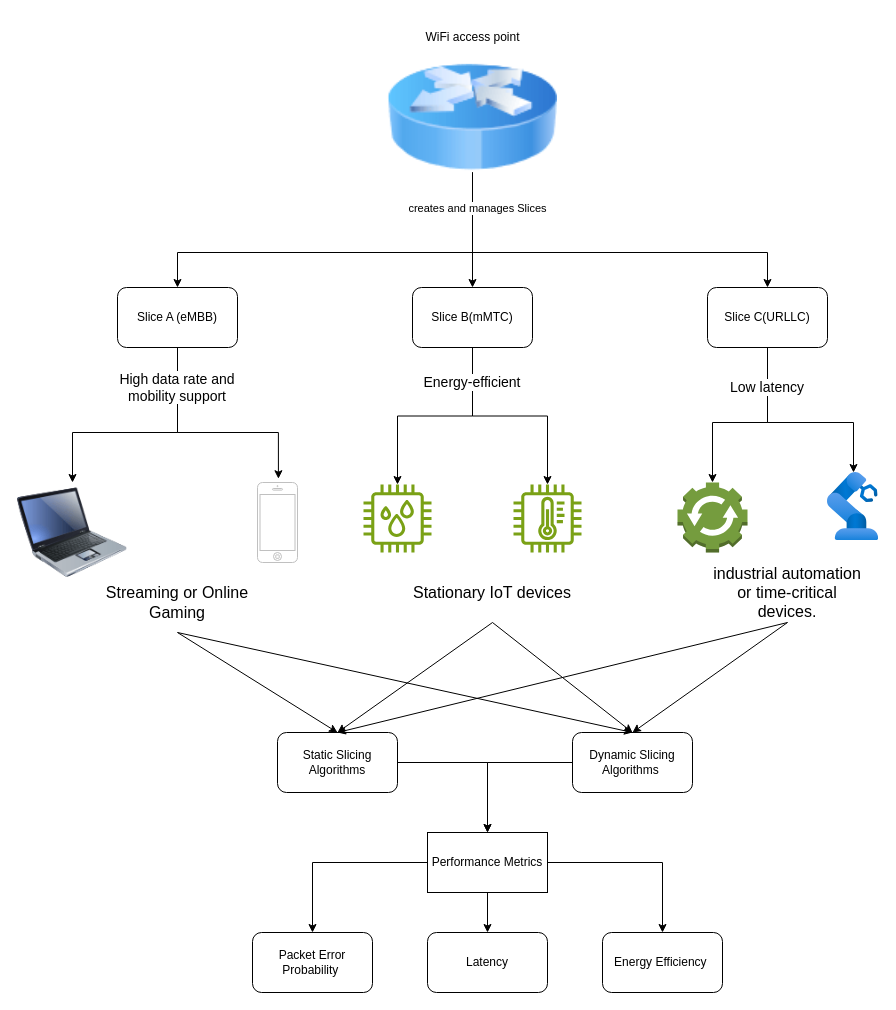
Before: Untitled Diagram.drawio in illuminatryX/5G-network-slicing, a draw.io diagram. Source tidied: cells renumbered, new cells numbered last; positions are measured from the earlier drawing's top-left corner, leaving out a move shared by most shapes. Both pictures are drawn from the tidied source at 100%, with x=0, y=0 at pixel (17, 22).
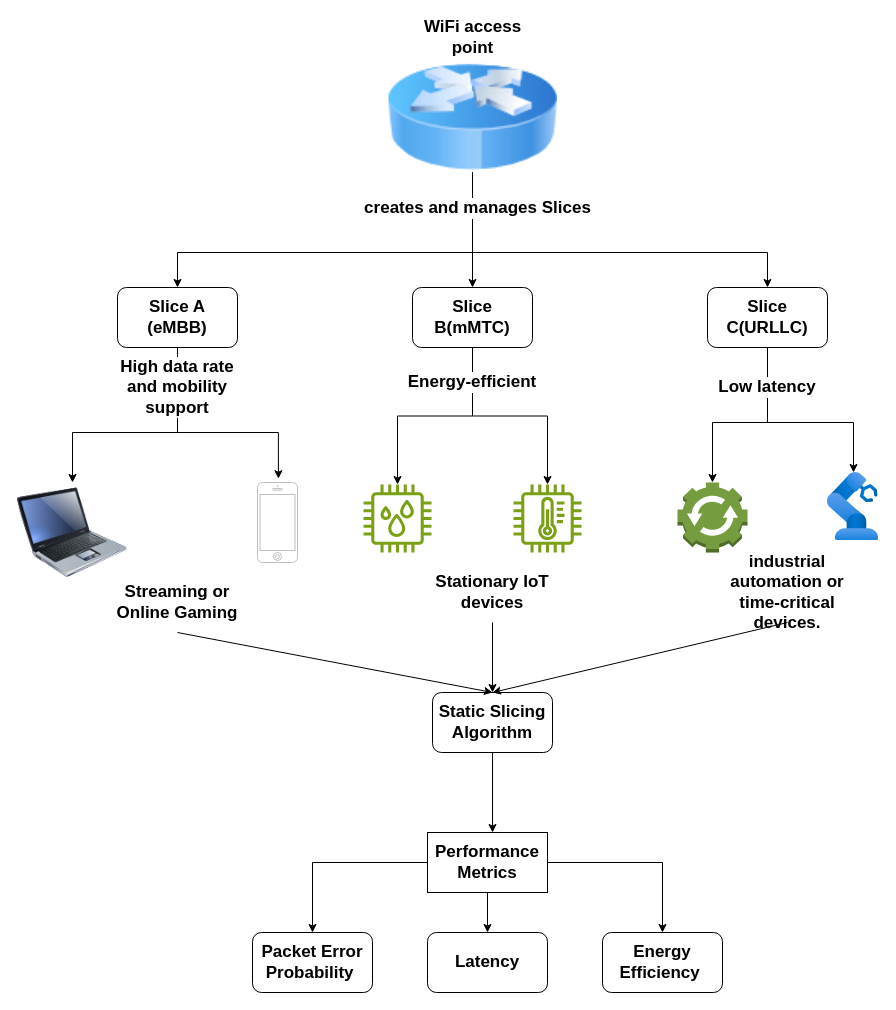
After the change.

The change refers to these unchanged cells:
```xml
<mxCell id="4" style="edgeStyle=orthogonalEdgeStyle;rounded=0;jettySize=auto;html=1;entryX=0.5;entryY=0;entryDx=0;entryDy=0;" parent="1" edge="1" source="6" target="14">
  <mxGeometry relative="1" as="geometry">
    <Array as="points">
      <mxPoint x="455" y="230" />
      <mxPoint x="750" y="230" />
    </Array>
  </mxGeometry>
</mxCell>
```

Change to the diagram source:
```diff
@@
-    <mxCell id="5" value="creates and manages Slices" style="edgeLabel;html=1;align=center;verticalAlign=middle;" parent="4" vertex="1">
+    <mxCell id="5" value="creates and manages Slices" style="edgeLabel;html=1;align=center;verticalAlign=middle;fontStyle=1;fontSize=17;" parent="4" vertex="1">
       <mxGeometry x="-0.83" y="4" relative="1" as="geometry" />
     </mxCell>
@@
-    <mxCell id="8" value="Slice A (eMBB)" style="rounded=1;whiteSpace=wrap;html=1;" parent="1" vertex="1">
+    <mxCell id="8" value="Slice A (eMBB)" style="rounded=1;whiteSpace=wrap;html=1;fontStyle=1;fontSize=17;" parent="1" vertex="1">
       <mxGeometry x="100" y="265" width="120" height="60" as="geometry" />
     </mxCell>
@@
-    <mxCell id="11" value="Slice B(mMTC)" style="rounded=1;whiteSpace=wrap;html=1;" parent="1" vertex="1">
+    <mxCell id="11" value="Slice B(mMTC)" style="rounded=1;whiteSpace=wrap;html=1;fontStyle=1;fontSize=17;" parent="1" vertex="1">
       <mxGeometry x="395" y="265" width="120" height="60" as="geometry" />
     </mxCell>
@@
-    <mxCell id="14" value="Slice C(URLLC)" style="rounded=1;whiteSpace=wrap;html=1;" parent="1" vertex="1">
+    <mxCell id="14" value="Slice C(URLLC)" style="rounded=1;whiteSpace=wrap;html=1;fontStyle=1;fontSize=17;" parent="1" vertex="1">
       <mxGeometry x="690" y="265" width="120" height="60" as="geometry" />
     </mxCell>
@@
-    <mxCell id="21" value="&lt;span style=&quot;font-size: medium;&quot;&gt;industrial automation or time-critical devices.&lt;/span&gt;" style="text;html=1;align=center;verticalAlign=middle;whiteSpace=wrap;rounded=0;" parent="1" vertex="1">
+    <mxCell id="21" value="&lt;span style=&quot;font-size: 17px;&quot;&gt;industrial automation or time-critical devices.&lt;/span&gt;" style="text;html=1;align=center;verticalAlign=middle;whiteSpace=wrap;rounded=0;fontStyle=1;fontSize=17;" parent="1" vertex="1">
       <mxGeometry x="690" y="540" width="160" height="60" as="geometry" />
     </mxCell>
-    <mxCell id="22" value="&lt;span style=&quot;font-size: medium;&quot;&gt;Stationary IoT devices&lt;/span&gt;" style="text;html=1;align=center;verticalAlign=middle;whiteSpace=wrap;rounded=0;" parent="1" vertex="1">
+    <mxCell id="22" value="&lt;span style=&quot;font-size: 17px;&quot;&gt;Stationary IoT devices&lt;/span&gt;" style="text;html=1;align=center;verticalAlign=middle;whiteSpace=wrap;rounded=0;fontStyle=1;fontSize=17;" parent="1" vertex="1">
       <mxGeometry x="395" y="540" width="160" height="60" as="geometry" />
     </mxCell>
-    <mxCell id="23" value="&lt;font size=&quot;3&quot;&gt;Streaming or Online Gaming&lt;/font&gt;" style="text;html=1;align=center;verticalAlign=middle;whiteSpace=wrap;rounded=0;" parent="1" vertex="1">
+    <mxCell id="23" value="&lt;font style=&quot;font-size: 17px;&quot;&gt;Streaming or Online Gaming&lt;/font&gt;" style="text;html=1;align=center;verticalAlign=middle;whiteSpace=wrap;rounded=0;fontStyle=1;fontSize=17;" parent="1" vertex="1">
       <mxGeometry x="80" y="550" width="160" height="60" as="geometry" />
     </mxCell>
@@
-    <mxCell id="25" value="&lt;span style=&quot;text-align: start;&quot;&gt;&lt;font style=&quot;font-size: 14px;&quot;&gt;High data rate and mobility support&lt;/font&gt;&lt;/span&gt;" style="text;html=1;align=center;verticalAlign=middle;whiteSpace=wrap;rounded=0;labelBackgroundColor=#FFFFFF;" parent="1" vertex="1">
+    <mxCell id="25" value="&lt;span style=&quot;text-align: start; font-size: 17px;&quot;&gt;&lt;font style=&quot;font-size: 17px;&quot;&gt;High data rate and mobility support&lt;/font&gt;&lt;/span&gt;" style="text;html=1;align=center;verticalAlign=middle;whiteSpace=wrap;rounded=0;labelBackgroundColor=#FFFFFF;fontStyle=1;fontSize=17;" parent="1" vertex="1">
       <mxGeometry x="85" y="350" width="150" height="30" as="geometry" />
     </mxCell>
-    <mxCell id="26" value="&lt;span style=&quot;text-align: start;&quot;&gt;&lt;font style=&quot;font-size: 14px;&quot;&gt;Energy-efficient&lt;/font&gt;&lt;/span&gt;" style="text;html=1;align=center;verticalAlign=middle;whiteSpace=wrap;rounded=0;labelBackgroundColor=#FFFFFF;" parent="1" vertex="1">
+    <mxCell id="26" value="&lt;span style=&quot;text-align: start; font-size: 17px;&quot;&gt;&lt;font style=&quot;font-size: 17px;&quot;&gt;Energy-efficient&lt;/font&gt;&lt;/span&gt;" style="text;html=1;align=center;verticalAlign=middle;whiteSpace=wrap;rounded=0;labelBackgroundColor=#FFFFFF;fontStyle=1;fontSize=17;" parent="1" vertex="1">
       <mxGeometry x="380" y="350" width="150" height="20" as="geometry" />
     </mxCell>
-    <mxCell id="27" value="&lt;span style=&quot;text-align: start;&quot;&gt;&lt;font style=&quot;font-size: 14px;&quot;&gt;Low latency&lt;/font&gt;&lt;/span&gt;" style="text;html=1;align=center;verticalAlign=middle;whiteSpace=wrap;rounded=0;labelBackgroundColor=#FFFFFF;" parent="1" vertex="1">
+    <mxCell id="27" value="&lt;span style=&quot;text-align: start; font-size: 17px;&quot;&gt;&lt;font style=&quot;font-size: 17px;&quot;&gt;Low latency&lt;/font&gt;&lt;/span&gt;" style="text;html=1;align=center;verticalAlign=middle;whiteSpace=wrap;rounded=0;labelBackgroundColor=#FFFFFF;fontStyle=1;fontSize=17;" parent="1" vertex="1">
       <mxGeometry x="675" y="350" width="150" height="30" as="geometry" />
     </mxCell>
-    <mxCell id="28" style="edgeStyle=orthogonalEdgeStyle;rounded=0;jettySize=auto;html=1;entryX=0.5;entryY=0;entryDx=0;entryDy=0;" parent="1" edge="1" source="29" target="41">
-      <mxGeometry relative="1" as="geometry" />
-    </mxCell>
-    <mxCell id="29" value="Static Slicing Algorithms" style="rounded=1;whiteSpace=wrap;html=1;" parent="1" vertex="1">
-      <mxGeometry x="260" y="710" width="120" height="60" as="geometry" />
+    <mxCell id="29" value="Static Slicing Algorithm" style="rounded=1;whiteSpace=wrap;html=1;fontStyle=1;fontSize=17;" parent="1" vertex="1">
+      <mxGeometry x="415" y="670" width="120" height="60" as="geometry" />
     </mxCell>
-    <mxCell id="30" style="edgeStyle=orthogonalEdgeStyle;rounded=0;jettySize=auto;html=1;entryX=0.5;entryY=0;entryDx=0;entryDy=0;" parent="1" edge="1" source="31" target="41">
-      <mxGeometry relative="1" as="geometry" />
-    </mxCell>
-    <mxCell id="31" value="Dynamic Slicing Algorithms&amp;nbsp;" style="rounded=1;whiteSpace=wrap;html=1;" parent="1" vertex="1">
-      <mxGeometry x="555" y="710" width="120" height="60" as="geometry" />
-    </mxCell>
@@
-    <mxCell id="35" style="endArrow=classic;html=1;rounded=0;exitX=0.5;exitY=1;exitDx=0;exitDy=0;entryX=0.5;entryY=0;entryDx=0;entryDy=0;" parent="1" edge="1" source="22" target="31">
-      <mxGeometry relative="1" as="geometry" />
-    </mxCell>
-    <mxCell id="36" style="endArrow=classic;html=1;rounded=0;exitX=0.5;exitY=1;exitDx=0;exitDy=0;entryX=0.5;entryY=0;entryDx=0;entryDy=0;" parent="1" edge="1" source="21" target="31">
-      <mxGeometry relative="1" as="geometry" />
-    </mxCell>
-    <mxCell id="37" style="endArrow=classic;html=1;rounded=0;exitX=0.5;exitY=1;exitDx=0;exitDy=0;entryX=0.5;entryY=0;entryDx=0;entryDy=0;" parent="1" edge="1" source="23" target="31">
-      <mxGeometry relative="1" as="geometry" />
-    </mxCell>
@@
-    <mxCell id="41" value="Performance Metrics" style="rounded=0;whiteSpace=wrap;html=1;" parent="1" vertex="1">
+    <mxCell id="41" value="Performance Metrics" style="rounded=0;whiteSpace=wrap;html=1;fontStyle=1;fontSize=17;" parent="1" vertex="1">
       <mxGeometry x="410" y="810" width="120" height="60" as="geometry" />
     </mxCell>
-    <mxCell id="42" value="Packet Error Probability&amp;nbsp;" style="rounded=1;whiteSpace=wrap;html=1;" parent="1" vertex="1">
+    <mxCell id="42" value="Packet Error Probability&amp;nbsp;" style="rounded=1;whiteSpace=wrap;html=1;fontStyle=1;fontSize=17;" parent="1" vertex="1">
       <mxGeometry x="235" y="910" width="120" height="60" as="geometry" />
     </mxCell>
-    <mxCell id="43" value="Latency" style="rounded=1;whiteSpace=wrap;html=1;" parent="1" vertex="1">
+    <mxCell id="43" value="Latency" style="rounded=1;whiteSpace=wrap;html=1;fontStyle=1;fontSize=17;" parent="1" vertex="1">
       <mxGeometry x="410" y="910" width="120" height="60" as="geometry" />
     </mxCell>
-    <mxCell id="44" value="Energy Efficiency&amp;nbsp;" style="rounded=1;whiteSpace=wrap;html=1;" parent="1" vertex="1">
+    <mxCell id="44" value="Energy Efficiency&amp;nbsp;" style="rounded=1;whiteSpace=wrap;html=1;fontStyle=1;fontSize=17;" parent="1" vertex="1">
       <mxGeometry x="585" y="910" width="120" height="60" as="geometry" />
     </mxCell>
-    <mxCell id="45" value="WiFi access point" style="text;html=1;align=center;verticalAlign=middle;whiteSpace=wrap;rounded=0;" parent="1" vertex="1">
+    <mxCell id="45" value="WiFi access point" style="text;html=1;align=center;verticalAlign=middle;whiteSpace=wrap;rounded=0;fontStyle=1;fontSize=17;" parent="1" vertex="1">
       <mxGeometry x="402.5" width="105" height="30" as="geometry" />
     </mxCell>
+    <mxCell id="28" style="edgeStyle=orthogonalEdgeStyle;rounded=0;jettySize=auto;html=1;entryX=0.542;entryY=0;entryDx=0;entryDy=0;entryPerimeter=0;" parent="1" edge="1" source="29" target="41">
+      <mxGeometry relative="1" as="geometry" />
+    </mxCell>
```
